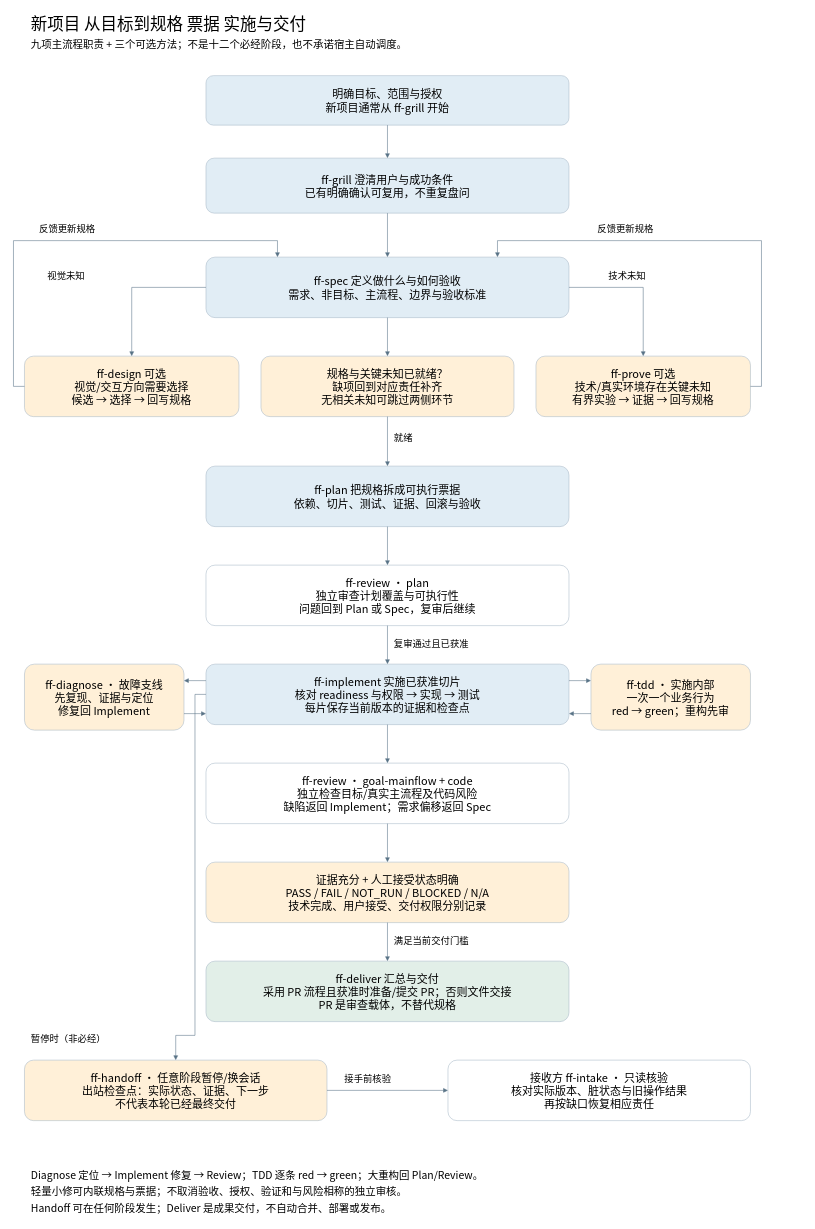
chyhelloworld/ForgeFlowSkill keeps this draw.io diagram as docs/diagrams/new-project-workflow.drawio. Above is the earlier version. Source tidied: cells renumbered, new cells numbered last; positions are measured from the earlier drawing's top-left corner, leaving out a move shared by most shapes. Both pictures are drawn from the tidied source at 55%, with x=0, y=0 at pixel (13, 9).
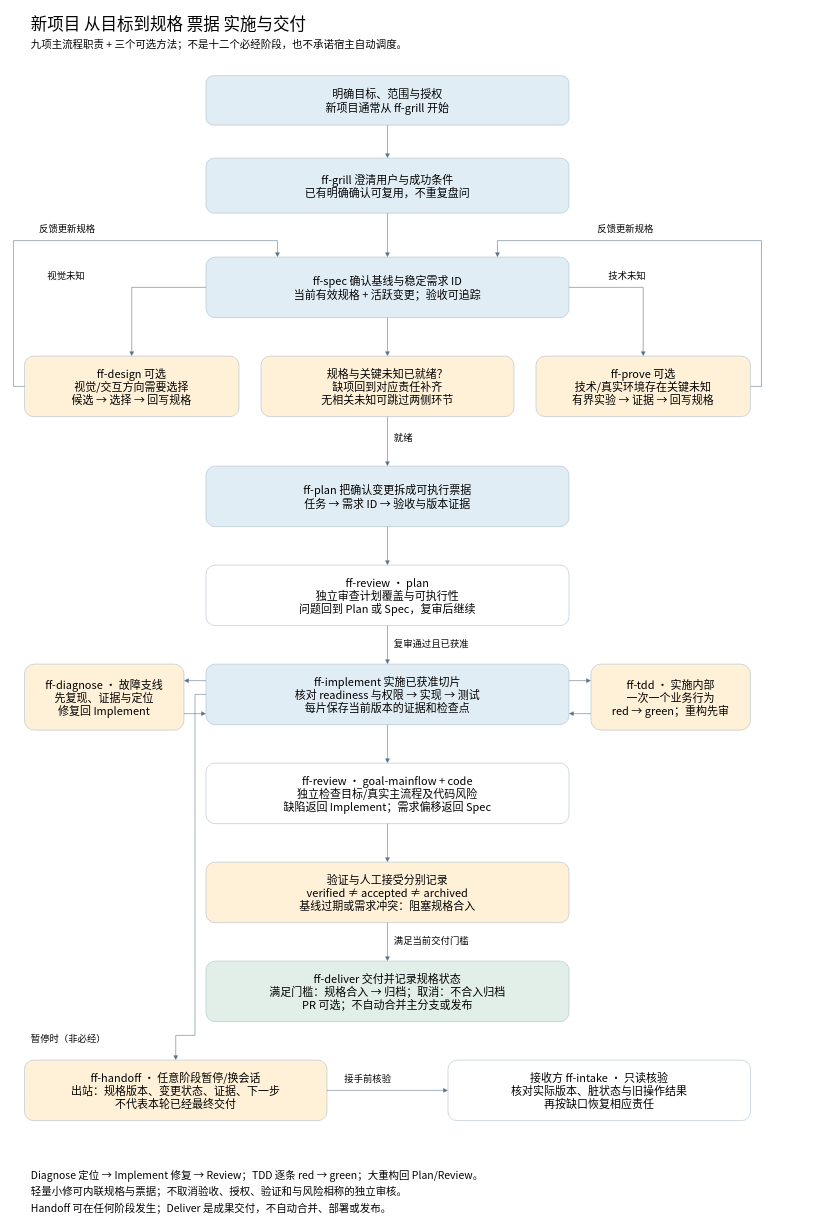
The same page after the edit.

The edit, as a diff of the source:
```diff
@@
-    <mxCell id="9" value="ff-spec 定义做什么与如何验收&#10;需求、非目标、主流程、边界与验收标准" style="rounded=1;whiteSpace=wrap;html=0;fillColor=#e1edf5;strokeColor=#a9bac8;fontFamily=Noto Sans CJK SC;fontSize=20;" parent="1" vertex="1">
+    <mxCell id="9" value="ff-spec 确认基线与稳定需求 ID&#10;当前有效规格 + 活跃变更；验收可追踪" style="rounded=1;whiteSpace=wrap;html=0;fillColor=#e1edf5;strokeColor=#a9bac8;fontFamily=Noto Sans CJK SC;fontSize=20;" parent="1" vertex="1">
       <mxGeometry x="350" y="450" width="660" height="110" as="geometry" />
     </mxCell>
@@
-    <mxCell id="13" value="ff-plan 把规格拆成可执行票据&#10;依赖、切片、测试、证据、回滚与验收" style="rounded=1;whiteSpace=wrap;html=0;fillColor=#e1edf5;strokeColor=#a9bac8;fontFamily=Noto Sans CJK SC;fontSize=20;" parent="1" vertex="1">
+    <mxCell id="13" value="ff-plan 把确认变更拆成可执行票据&#10;任务 → 需求 ID → 验收与版本证据" style="rounded=1;whiteSpace=wrap;html=0;fillColor=#e1edf5;strokeColor=#a9bac8;fontFamily=Noto Sans CJK SC;fontSize=20;" parent="1" vertex="1">
       <mxGeometry x="350" y="830" width="660" height="110" as="geometry" />
     </mxCell>
@@
-    <mxCell id="17" value="证据充分 + 人工接受状态明确&#10;PASS / FAIL / NOT_RUN / BLOCKED / N/A&#10;技术完成、用户接受、交付权限分别记录" style="rounded=1;whiteSpace=wrap;html=0;fillColor=#fff0d8;strokeColor=#a9bac8;fontFamily=Noto Sans CJK SC;fontSize=20;" parent="1" vertex="1">
+    <mxCell id="17" value="验证与人工接受分别记录&#10;verified ≠ accepted ≠ archived&#10;基线过期或需求冲突：阻塞规格合入" style="rounded=1;whiteSpace=wrap;html=0;fillColor=#fff0d8;strokeColor=#a9bac8;fontFamily=Noto Sans CJK SC;fontSize=20;" parent="1" vertex="1">
       <mxGeometry x="350" y="1550" width="660" height="110" as="geometry" />
     </mxCell>
-    <mxCell id="18" value="ff-deliver 汇总与交付&#10;采用 PR 流程且获准时准备/提交 PR；否则文件交接&#10;PR 是审查载体，不替代规格" style="rounded=1;whiteSpace=wrap;html=0;fillColor=#e2efe8;strokeColor=#a9bac8;fontFamily=Noto Sans CJK SC;fontSize=20;" parent="1" vertex="1">
+    <mxCell id="18" value="ff-deliver 交付并记录规格状态&#10;满足门槛：规格合入 → 归档；取消：不合入归档&#10;PR 可选；不自动合并主分支或发布" style="rounded=1;whiteSpace=wrap;html=0;fillColor=#e2efe8;strokeColor=#a9bac8;fontFamily=Noto Sans CJK SC;fontSize=20;" parent="1" vertex="1">
       <mxGeometry x="350" y="1730" width="660" height="110" as="geometry" />
     </mxCell>
@@
-    <mxCell id="21" value="ff-handoff · 任意阶段暂停/换会话&#10;出站检查点：实际状态、证据、下一步&#10;不代表本轮已经最终交付" style="rounded=1;whiteSpace=wrap;html=0;fillColor=#fff0d8;strokeColor=#a9bac8;fontFamily=Noto Sans CJK SC;fontSize=20;" parent="1" vertex="1">
+    <mxCell id="21" value="ff-handoff · 任意阶段暂停/换会话&#10;出站：规格版本、变更状态、证据、下一步&#10;不代表本轮已经最终交付" style="rounded=1;whiteSpace=wrap;html=0;fillColor=#fff0d8;strokeColor=#a9bac8;fontFamily=Noto Sans CJK SC;fontSize=20;" parent="1" vertex="1">
       <mxGeometry x="20" y="1910" width="550" height="110" as="geometry" />
     </mxCell>
```
